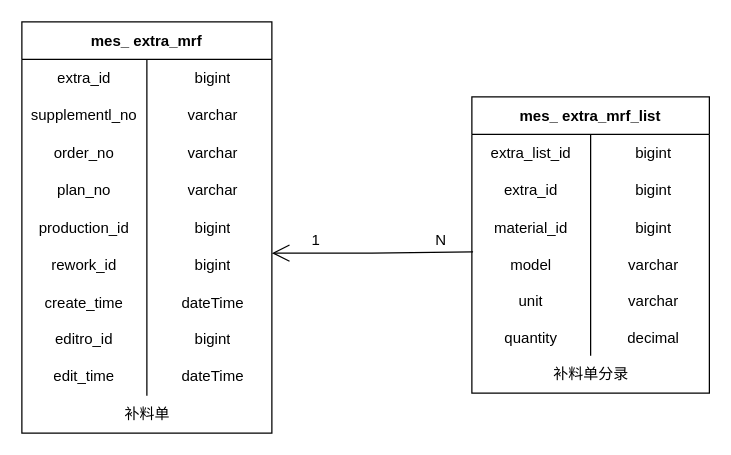
Above: page "补料单管理" (4 of 5) of 数据表.drawio in KNAI-I/test (draw.io), before the change. Source tidied: cells renumbered, new cells numbered last; positions are measured from the earlier drawing's top-left corner, leaving out a move shared by most shapes. Both pictures are drawn from the tidied source at 125%, with x=0, y=0 at pixel (21, 21).
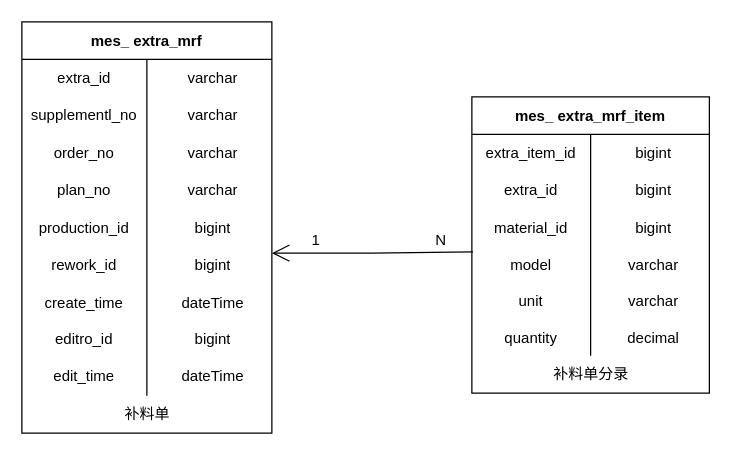
The same page after the edit.

Unchanged cells that the change refers to:
```xml
<mxCell id="3" style="shape=tableRow;horizontal=0;startSize=0;swimlaneHead=0;swimlaneBody=0;top=0;left=0;bottom=0;right=0;fillColor=none;" parent="2" vertex="1">
  <mxGeometry y="30" width="200" height="30" as="geometry" />
</mxCell>
<mxCell id="32" style="shape=tableRow;horizontal=0;startSize=0;swimlaneHead=0;swimlaneBody=0;top=0;left=0;bottom=0;right=0;fillColor=none;" parent="31" vertex="1">
  <mxGeometry y="30" width="190" height="30" as="geometry" />
</mxCell>
```

What changed in the source:
```diff
@@
-    <mxCell id="5" value="bigint" style="shape=partialRectangle;html=1;whiteSpace=wrap;fillColor=none;top=0;left=0;bottom=0;right=0;align=center;spacingLeft=6;overflow=hidden;" parent="3" vertex="1">
+    <mxCell id="5" value="varchar" style="shape=partialRectangle;html=1;whiteSpace=wrap;fillColor=none;top=0;left=0;bottom=0;right=0;align=center;spacingLeft=6;overflow=hidden;" parent="3" vertex="1">
       <mxGeometry x="100" width="100" height="30" as="geometry" />
     </mxCell>
@@
-    <mxCell id="31" value="mes_ extra_mrf_list" style="shape=table;startSize=30;childLayout=tableLayout;rowLines=0;fontStyle=1;" parent="1" vertex="1">
+    <mxCell id="31" value="mes_ extra_mrf_item" style="shape=table;startSize=30;childLayout=tableLayout;rowLines=0;fontStyle=1;" parent="1" vertex="1">
       <mxGeometry x="360" y="60" width="190" height="237" as="geometry" />
     </mxCell>
@@
-    <mxCell id="33" value="extra_list_id" style="shape=partialRectangle;html=1;whiteSpace=wrap;fillColor=none;top=0;left=0;bottom=0;right=0;overflow=hidden;" parent="32" vertex="1">
+    <mxCell id="33" value="extra_item_id" style="shape=partialRectangle;html=1;whiteSpace=wrap;fillColor=none;top=0;left=0;bottom=0;right=0;overflow=hidden;" parent="32" vertex="1">
       <mxGeometry width="95" height="30" as="geometry" />
     </mxCell>
```
